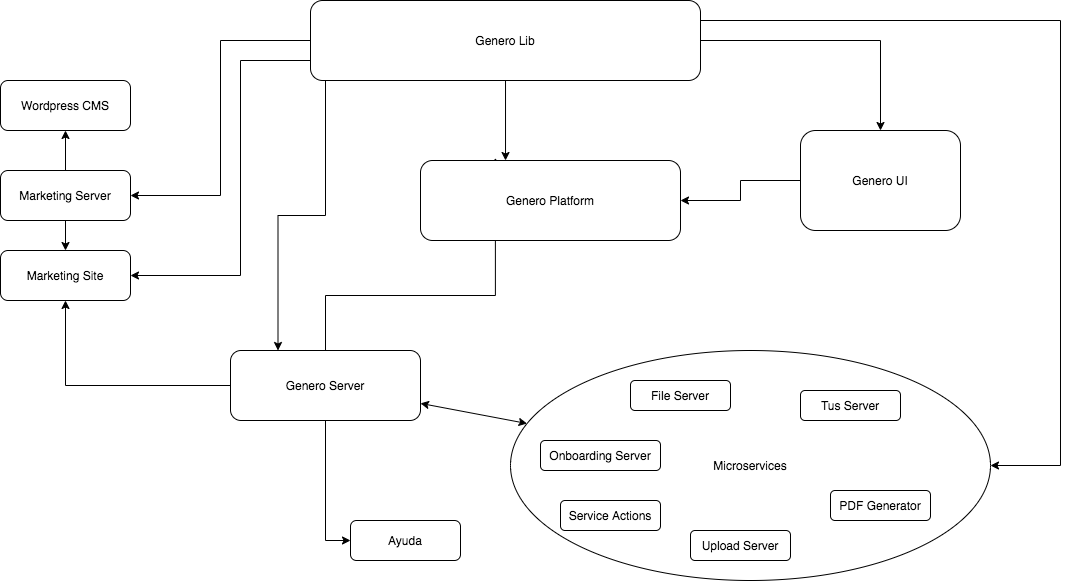
Above: Test.png in Tristano8/BlackandWhite (draw.io), before the change. Source tidied: cells renumbered, new cells last; positions are measured from the earlier drawing's top-left corner, leaving out a move shared by most shapes.
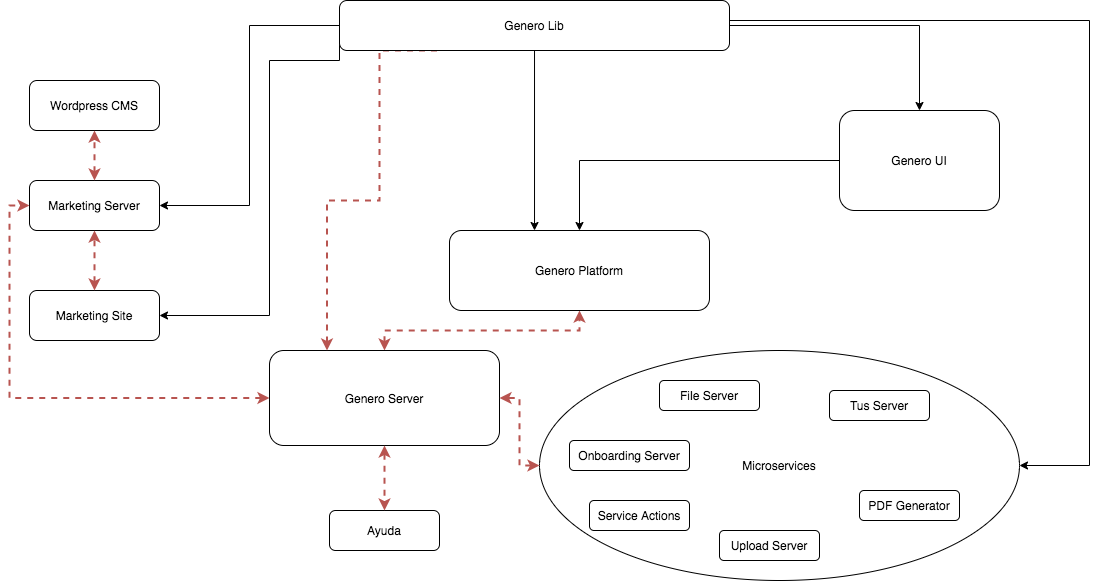
Later version of the same file.

Diff of the diagram source:
```diff
@@ -5,27 +5,20 @@
     <mxCell id="2" value="Microservices" style="ellipse;whiteSpace=wrap;html=1;" parent="1" vertex="1">
       <mxGeometry x="510" y="350" width="480" height="230" as="geometry" />
     </mxCell>
-    <mxCell id="3" style="edgeStyle=orthogonalEdgeStyle;rounded=0;jettySize=auto;html=1;entryX=0.288;entryY=-0.033;entryDx=0;entryDy=0;entryPerimeter=0;" parent="1" edge="1" source="6" target="7">
+    <mxCell id="3" style="edgeStyle=orthogonalEdgeStyle;rounded=0;jettySize=auto;html=1;startArrow=classic;startFill=1;fillColor=#f8cecc;dashed=1;strokeColor=#b85450;strokeWidth=2;" parent="1" edge="1" source="6" target="7">
       <mxGeometry relative="1" as="geometry" />
     </mxCell>
-    <mxCell id="4" style="edgeStyle=orthogonalEdgeStyle;rounded=0;jettySize=auto;html=1;" parent="1" edge="1" source="6" target="8">
-      <mxGeometry relative="1" as="geometry" />
-    </mxCell>
-    <mxCell id="5" style="edgeStyle=orthogonalEdgeStyle;rounded=0;jettySize=auto;html=1;exitX=0.5;exitY=1;exitDx=0;exitDy=0;entryX=0;entryY=0.5;entryDx=0;entryDy=0;" parent="1" edge="1" source="6" target="27">
-      <mxGeometry relative="1" as="geometry">
-        <Array as="points">
-          <mxPoint x="325" y="540" />
-        </Array>
-      </mxGeometry>
-    </mxCell>
+    <mxCell id="30" style="edgeStyle=orthogonalEdgeStyle;rounded=0;jettySize=auto;html=1;entryX=0;entryY=0.5;entryDx=0;entryDy=0;dashed=1;startArrow=classic;startFill=1;strokeColor=#B85450;strokeWidth=2;" parent="1" edge="1" source="6" target="26">
+      <mxGeometry relative="1" as="geometry" />
+    </mxCell>
     <mxCell id="6" value="Genero Server" style="rounded=1;whiteSpace=wrap;html=1;fontSize=12;glass=0;strokeWidth=1;shadow=0;" parent="1" vertex="1">
-      <mxGeometry x="230" y="350" width="190" height="70" as="geometry" />
+      <mxGeometry x="240" y="350" width="230" height="95" as="geometry" />
     </mxCell>
     <mxCell id="7" value="Genero Platform" style="rounded=1;whiteSpace=wrap;html=1;fontSize=12;glass=0;strokeWidth=1;shadow=0;" parent="1" vertex="1">
-      <mxGeometry x="420" y="160" width="260" height="80" as="geometry" />
+      <mxGeometry x="420" y="230" width="260" height="80" as="geometry" />
     </mxCell>
     <mxCell id="8" value="Marketing Site" style="rounded=1;whiteSpace=wrap;html=1;fontSize=12;glass=0;strokeWidth=1;shadow=0;" parent="1" vertex="1">
-      <mxGeometry y="250" width="130" height="50" as="geometry" />
+      <mxGeometry y="290" width="130" height="50" as="geometry" />
     </mxCell>
     <mxCell id="9" value="Onboarding Server" style="rounded=1;whiteSpace=wrap;html=1;fontSize=12;glass=0;strokeWidth=1;shadow=0;" parent="1" vertex="1">
       <mxGeometry x="540" y="440" width="120" height="30" as="geometry" />
@@ -42,9 +35,6 @@
     <mxCell id="13" value="Upload Server" style="rounded=1;whiteSpace=wrap;html=1;fontSize=12;glass=0;strokeWidth=1;shadow=0;" parent="1" vertex="1">
       <mxGeometry x="690" y="530" width="100" height="30" as="geometry" />
     </mxCell>
-    <mxCell id="14" style="endArrow=classic;startArrow=classic;html=1;" parent="1" edge="1" source="2" target="6">
-      <mxGeometry relative="1" as="geometry" />
-    </mxCell>
     <mxCell id="15" style="edgeStyle=orthogonalEdgeStyle;rounded=0;jettySize=auto;html=1;exitX=0;exitY=0.5;exitDx=0;exitDy=0;entryX=1;entryY=0.5;entryDx=0;entryDy=0;" parent="1" edge="1" source="21" target="26">
       <mxGeometry relative="1" as="geometry" />
     </mxCell>
@@ -54,15 +44,6 @@
     <mxCell id="17" style="edgeStyle=orthogonalEdgeStyle;rounded=0;jettySize=auto;html=1;" parent="1" edge="1" source="21" target="23">
       <mxGeometry relative="1" as="geometry" />
     </mxCell>
-    <mxCell id="18" style="edgeStyle=orthogonalEdgeStyle;rounded=0;jettySize=auto;html=1;exitX=0.25;exitY=1;exitDx=0;exitDy=0;entryX=0.25;entryY=0;entryDx=0;entryDy=0;" parent="1" edge="1" source="21" target="6">
-      <mxGeometry relative="1" as="geometry">
-        <Array as="points">
-          <mxPoint x="325" y="80" />
-          <mxPoint x="325" y="215" />
-          <mxPoint x="278" y="215" />
-        </Array>
-      </mxGeometry>
-    </mxCell>
     <mxCell id="19" style="edgeStyle=orthogonalEdgeStyle;rounded=0;jettySize=auto;html=1;exitX=1;exitY=0.25;exitDx=0;exitDy=0;entryX=1;entryY=0.5;entryDx=0;entryDy=0;" parent="1" edge="1" source="21" target="2">
       <mxGeometry relative="1" as="geometry">
         <Array as="points">
@@ -74,31 +55,35 @@
     <mxCell id="20" style="edgeStyle=orthogonalEdgeStyle;rounded=0;jettySize=auto;html=1;exitX=0;exitY=0.75;exitDx=0;exitDy=0;entryX=1;entryY=0.5;entryDx=0;entryDy=0;" parent="1" edge="1" source="21" target="8">
       <mxGeometry relative="1" as="geometry">
         <Array as="points">
+          <mxPoint x="310" y="60" />
           <mxPoint x="240" y="60" />
-          <mxPoint x="240" y="275" />
+          <mxPoint x="240" y="315" />
         </Array>
       </mxGeometry>
     </mxCell>
+    <mxCell id="18" style="edgeStyle=orthogonalEdgeStyle;rounded=0;jettySize=auto;html=1;exitX=0.25;exitY=1;exitDx=0;exitDy=0;entryX=0.25;entryY=0;entryDx=0;entryDy=0;dashed=1;startArrow=none;startFill=0;strokeColor=#B85450;strokeWidth=2;" parent="1" edge="1" source="21" target="6">
+      <mxGeometry relative="1" as="geometry">
+        <Array as="points">
+          <mxPoint x="350" y="50" />
+          <mxPoint x="350" y="200" />
+          <mxPoint x="298" y="200" />
+        </Array>
+      </mxGeometry>
+    </mxCell>
     <mxCell id="21" value="Genero Lib" style="rounded=1;whiteSpace=wrap;html=1;" parent="1" vertex="1">
-      <mxGeometry x="310" width="390" height="80" as="geometry" />
+      <mxGeometry x="310" width="390" height="50" as="geometry" />
     </mxCell>
     <mxCell id="22" style="edgeStyle=orthogonalEdgeStyle;rounded=0;jettySize=auto;html=1;" parent="1" edge="1" source="23" target="7">
       <mxGeometry relative="1" as="geometry" />
     </mxCell>
     <mxCell id="23" value="Genero UI" style="rounded=1;whiteSpace=wrap;html=1;" parent="1" vertex="1">
-      <mxGeometry x="800" y="130" width="160" height="100" as="geometry" />
+      <mxGeometry x="810" y="110" width="160" height="100" as="geometry" />
     </mxCell>
-    <mxCell id="24" style="edgeStyle=orthogonalEdgeStyle;rounded=0;jettySize=auto;html=1;exitX=0.5;exitY=0;exitDx=0;exitDy=0;" parent="1" edge="1" source="26" target="28">
-      <mxGeometry relative="1" as="geometry" />
-    </mxCell>
-    <mxCell id="25" style="edgeStyle=orthogonalEdgeStyle;rounded=0;jettySize=auto;html=1;" parent="1" edge="1" source="26" target="8">
-      <mxGeometry relative="1" as="geometry" />
-    </mxCell>
     <mxCell id="26" value="Marketing Server" style="rounded=1;whiteSpace=wrap;html=1;fontSize=12;glass=0;strokeWidth=1;shadow=0;" parent="1" vertex="1">
-      <mxGeometry y="170" width="130" height="50" as="geometry" />
+      <mxGeometry y="180" width="130" height="50" as="geometry" />
     </mxCell>
     <mxCell id="27" value="Ayuda" style="rounded=1;whiteSpace=wrap;html=1;fontSize=12;glass=0;strokeWidth=1;shadow=0;" parent="1" vertex="1">
-      <mxGeometry x="350" y="520" width="110" height="40" as="geometry" />
+      <mxGeometry x="300" y="510" width="110" height="40" as="geometry" />
     </mxCell>
     <mxCell id="28" value="Wordpress CMS" style="rounded=1;whiteSpace=wrap;html=1;fontSize=12;glass=0;strokeWidth=1;shadow=0;" parent="1" vertex="1">
       <mxGeometry y="80" width="130" height="50" as="geometry" />
@@ -106,5 +91,17 @@
     <mxCell id="29" value="Tus Server" style="rounded=1;whiteSpace=wrap;html=1;fontSize=12;glass=0;strokeWidth=1;shadow=0;" parent="1" vertex="1">
       <mxGeometry x="800" y="390" width="100" height="30" as="geometry" />
     </mxCell>
+    <mxCell id="31" style="edgeStyle=orthogonalEdgeStyle;rounded=0;jettySize=auto;html=1;startArrow=classic;startFill=1;fillColor=#f8cecc;dashed=1;strokeColor=#b85450;strokeWidth=2;exitX=0.5;exitY=0;exitDx=0;exitDy=0;entryX=0.5;entryY=1;entryDx=0;entryDy=0;" parent="1" edge="1" source="8" target="26">
+      <mxGeometry relative="1" as="geometry" />
+    </mxCell>
+    <mxCell id="24" style="edgeStyle=orthogonalEdgeStyle;rounded=0;jettySize=auto;html=1;startArrow=classic;startFill=1;fillColor=#f8cecc;dashed=1;strokeWidth=2;entryX=0.5;entryY=1;entryDx=0;entryDy=0;exitX=0.5;exitY=0;exitDx=0;exitDy=0;strokeColor=#B85450;" parent="1" edge="1" source="26" target="28">
+      <mxGeometry relative="1" as="geometry" />
+    </mxCell>
+    <mxCell id="5" style="edgeStyle=orthogonalEdgeStyle;rounded=0;jettySize=auto;html=1;startArrow=classic;startFill=1;fillColor=#f8cecc;dashed=1;strokeColor=#b85450;strokeWidth=2;exitX=0.5;exitY=1;exitDx=0;exitDy=0;entryX=0.5;entryY=0;entryDx=0;entryDy=0;" parent="1" edge="1" source="6" target="27">
+      <mxGeometry relative="1" as="geometry" />
+    </mxCell>
+    <mxCell id="14" style="edgeStyle=orthogonalEdgeStyle;rounded=0;jettySize=auto;html=1;startArrow=classic;startFill=1;fillColor=#f8cecc;dashed=1;strokeColor=#b85450;strokeWidth=2;entryX=1;entryY=0.5;entryDx=0;entryDy=0;" parent="1" edge="1" source="2" target="6">
+      <mxGeometry relative="1" as="geometry" />
+    </mxCell>
   </root>
 </mxGraphModel>
```
